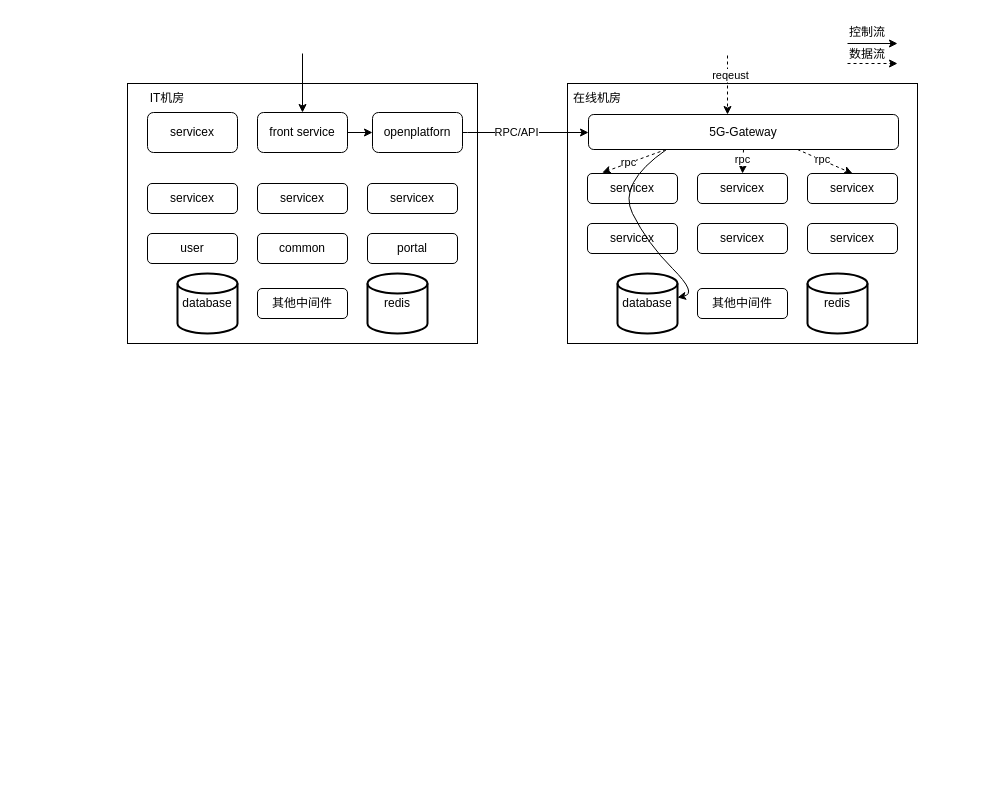
Before: 5G消息网关架构.drawio in hujun8610/doc, a draw.io diagram. Source tidied: cells renumbered, new cells numbered last; positions are measured from the earlier drawing's top-left corner, leaving out a move shared by most shapes. Both pictures are drawn from the tidied source at 100%, with x=0, y=0 at pixel (127, 17).
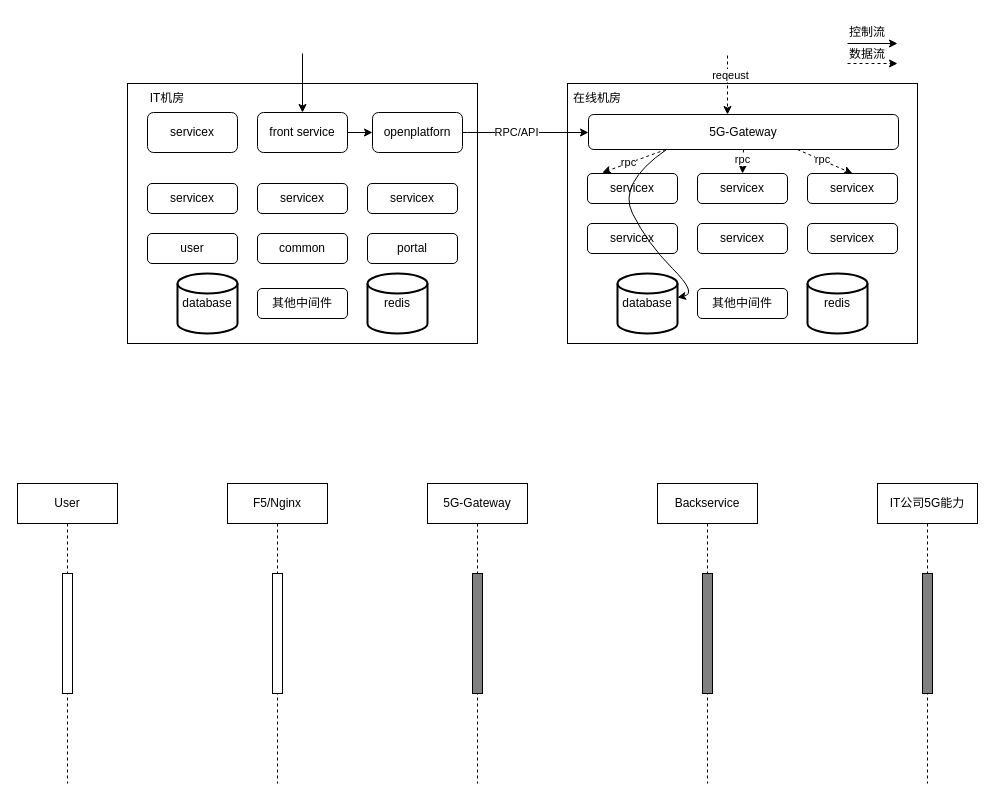
The same page after the edit.

Commit message:
更新5G消息网关架构.drawio

What changed in the source:
```diff
@@
+    <mxCell id="45" value="5G-Gateway" style="shape=umlLifeline;perimeter=lifelinePerimeter;whiteSpace=wrap;html=1;newEdgeStyle={&quot;edgeStyle&quot;:&quot;elbowEdgeStyle&quot;,&quot;elbow&quot;:&quot;vertical&quot;,&quot;curved&quot;:0,&quot;rounded&quot;:0};" parent="1" vertex="1">
+      <mxGeometry x="300" y="466" width="100" height="300" as="geometry" />
+    </mxCell>
+    <mxCell id="46" style="html=1;perimeter=orthogonalPerimeter;targetShapes=umlLifeline;newEdgeStyle={&quot;curved&quot;:0,&quot;rounded&quot;:0};fillColor=#808080;" parent="45" vertex="1">
+      <mxGeometry x="45" y="90" width="10" height="120" as="geometry" />
+    </mxCell>
+    <mxCell id="47" value="F5/Nginx" style="shape=umlLifeline;perimeter=lifelinePerimeter;whiteSpace=wrap;html=1;newEdgeStyle={&quot;edgeStyle&quot;:&quot;elbowEdgeStyle&quot;,&quot;elbow&quot;:&quot;vertical&quot;,&quot;curved&quot;:0,&quot;rounded&quot;:0};" parent="1" vertex="1">
+      <mxGeometry x="100" y="466" width="100" height="300" as="geometry" />
+    </mxCell>
+    <mxCell id="48" style="html=1;perimeter=orthogonalPerimeter;targetShapes=umlLifeline;newEdgeStyle={&quot;curved&quot;:0,&quot;rounded&quot;:0};" parent="47" vertex="1">
+      <mxGeometry x="45" y="90" width="10" height="120" as="geometry" />
+    </mxCell>
+    <mxCell id="49" value="Backservice" style="shape=umlLifeline;perimeter=lifelinePerimeter;whiteSpace=wrap;html=1;newEdgeStyle={&quot;edgeStyle&quot;:&quot;elbowEdgeStyle&quot;,&quot;elbow&quot;:&quot;vertical&quot;,&quot;curved&quot;:0,&quot;rounded&quot;:0};" parent="1" vertex="1">
+      <mxGeometry x="530" y="466" width="100" height="300" as="geometry" />
+    </mxCell>
+    <mxCell id="50" style="html=1;perimeter=orthogonalPerimeter;targetShapes=umlLifeline;newEdgeStyle={&quot;curved&quot;:0,&quot;rounded&quot;:0};fillColor=#808080;" parent="49" vertex="1">
+      <mxGeometry x="45" y="90" width="10" height="120" as="geometry" />
+    </mxCell>
+    <mxCell id="51" value="IT公司5G能力" style="shape=umlLifeline;perimeter=lifelinePerimeter;whiteSpace=wrap;html=1;newEdgeStyle={&quot;edgeStyle&quot;:&quot;elbowEdgeStyle&quot;,&quot;elbow&quot;:&quot;vertical&quot;,&quot;curved&quot;:0,&quot;rounded&quot;:0};" parent="1" vertex="1">
+      <mxGeometry x="750" y="466" width="100" height="300" as="geometry" />
+    </mxCell>
+    <mxCell id="52" style="html=1;perimeter=orthogonalPerimeter;targetShapes=umlLifeline;newEdgeStyle={&quot;curved&quot;:0,&quot;rounded&quot;:0};fillColor=#808080;" parent="51" vertex="1">
+      <mxGeometry x="45" y="90" width="10" height="120" as="geometry" />
+    </mxCell>
+    <mxCell id="53" value="User" style="shape=umlLifeline;perimeter=lifelinePerimeter;whiteSpace=wrap;html=1;newEdgeStyle={&quot;edgeStyle&quot;:&quot;elbowEdgeStyle&quot;,&quot;elbow&quot;:&quot;vertical&quot;,&quot;curved&quot;:0,&quot;rounded&quot;:0};" parent="1" vertex="1">
+      <mxGeometry x="-110" y="466" width="100" height="300" as="geometry" />
+    </mxCell>
+    <mxCell id="54" style="html=1;perimeter=orthogonalPerimeter;targetShapes=umlLifeline;newEdgeStyle={&quot;curved&quot;:0,&quot;rounded&quot;:0};" parent="53" vertex="1">
+      <mxGeometry x="45" y="90" width="10" height="120" as="geometry" />
+    </mxCell>
```
